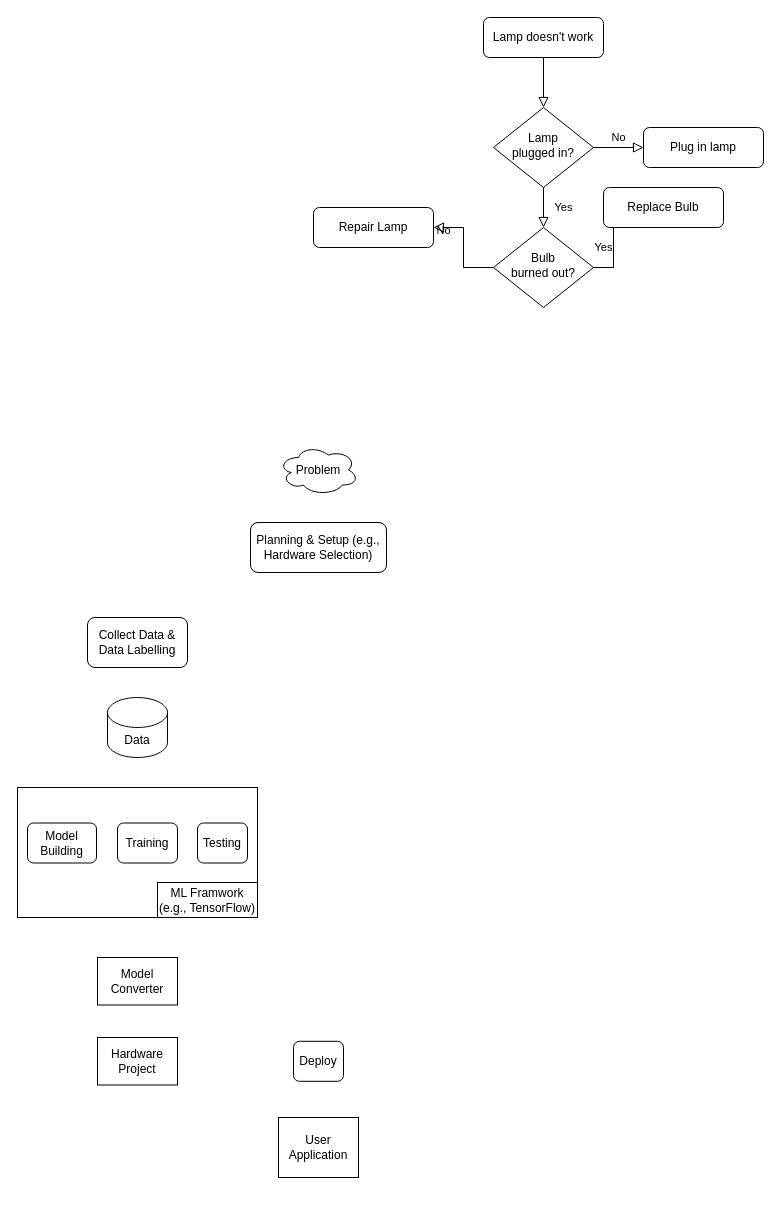
Before: ISWC_Workflow.drawio in Haoyu-R/appendix, a draw.io diagram. Source tidied: cells renumbered, new cells numbered last; positions are measured from the earlier drawing's top-left corner, leaving out a move shared by most shapes. Both pictures are drawn from the tidied source at 100%, with x=0, y=0 at pixel (17, 17). Pictures stored in the file or linked from it are replaced by grey dashed boxes.
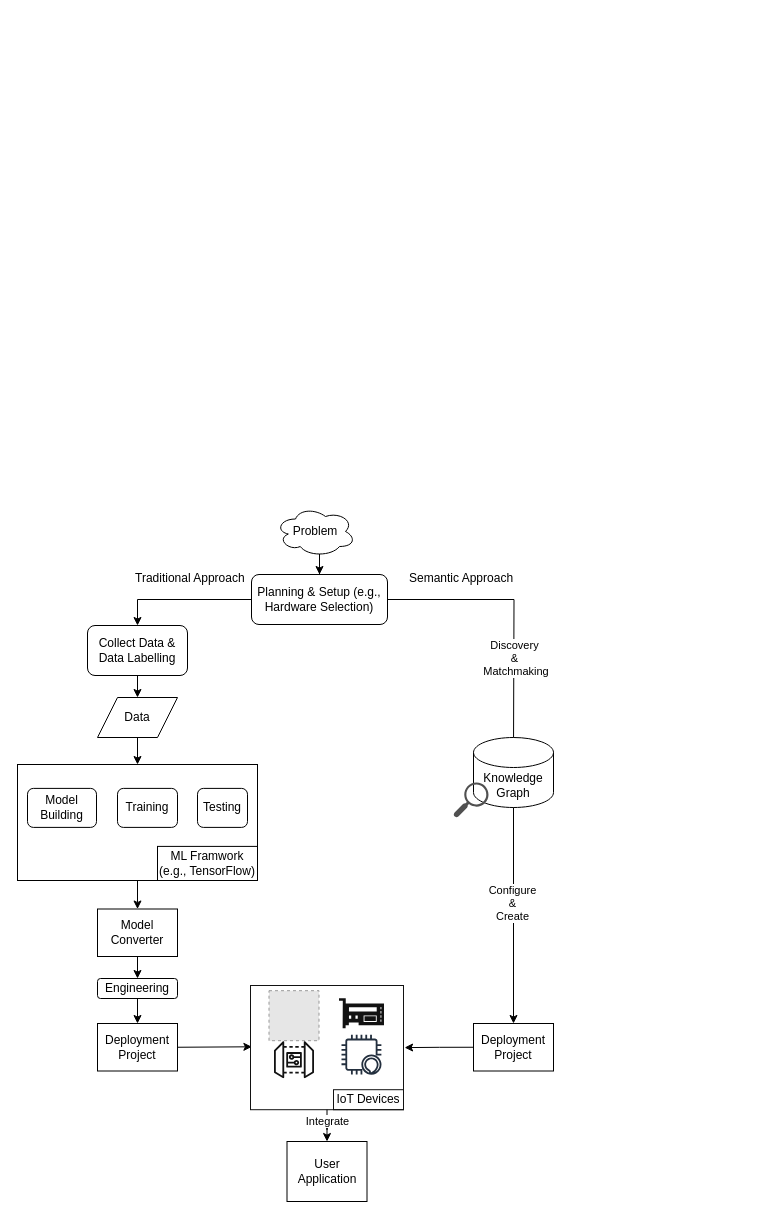
After the change.

Diff of the diagram source:
```diff
@@
-    <mxCell id="2" style="rounded=0;html=1;jettySize=auto;fontSize=11;endArrow=block;endFill=0;endSize=8;strokeWidth=1;shadow=0;labelBackgroundColor=none;edgeStyle=orthogonalEdgeStyle;" parent="1" edge="1" source="3" target="6">
-      <mxGeometry relative="1" as="geometry" />
-    </mxCell>
-    <mxCell id="3" value="Lamp doesn't work" style="rounded=1;whiteSpace=wrap;html=1;fontSize=12;glass=0;strokeWidth=1;shadow=0;" parent="1" vertex="1">
-      <mxGeometry x="466" width="120" height="40" as="geometry" />
-    </mxCell>
-    <mxCell id="4" value="Yes" style="rounded=0;html=1;jettySize=auto;fontSize=11;endArrow=block;endFill=0;endSize=8;strokeWidth=1;shadow=0;labelBackgroundColor=none;edgeStyle=orthogonalEdgeStyle;" parent="1" edge="1" source="6" target="10">
-      <mxGeometry y="20" relative="1" as="geometry" />
-    </mxCell>
-    <mxCell id="5" value="No" style="edgeStyle=orthogonalEdgeStyle;rounded=0;html=1;jettySize=auto;fontSize=11;endArrow=block;endFill=0;endSize=8;strokeWidth=1;shadow=0;labelBackgroundColor=none;" parent="1" edge="1" source="6" target="7">
-      <mxGeometry y="10" relative="1" as="geometry" />
-    </mxCell>
-    <mxCell id="6" value="Lamp&lt;br&gt;plugged in?" style="rhombus;whiteSpace=wrap;html=1;shadow=0;fontFamily=Helvetica;fontSize=12;align=center;strokeWidth=1;spacing=6;spacingTop=-4;" parent="1" vertex="1">
-      <mxGeometry x="476" y="90" width="100" height="80" as="geometry" />
-    </mxCell>
-    <mxCell id="7" value="Plug in lamp" style="rounded=1;whiteSpace=wrap;html=1;fontSize=12;glass=0;strokeWidth=1;shadow=0;" parent="1" vertex="1">
-      <mxGeometry x="626" y="110" width="120" height="40" as="geometry" />
-    </mxCell>
-    <mxCell id="8" value="No" style="rounded=0;html=1;jettySize=auto;fontSize=11;endArrow=block;endFill=0;endSize=8;strokeWidth=1;shadow=0;labelBackgroundColor=none;edgeStyle=orthogonalEdgeStyle;" parent="1" edge="1" source="10" target="11">
-      <mxGeometry x="0.33" y="20" relative="1" as="geometry" />
-    </mxCell>
-    <mxCell id="9" value="Yes" style="edgeStyle=orthogonalEdgeStyle;rounded=0;html=1;jettySize=auto;fontSize=11;endArrow=block;endFill=0;endSize=8;strokeWidth=1;shadow=0;labelBackgroundColor=none;" parent="1" edge="1" source="10" target="12">
-      <mxGeometry y="10" relative="1" as="geometry" />
-    </mxCell>
-    <mxCell id="10" value="Bulb&lt;br&gt;burned out?" style="rhombus;whiteSpace=wrap;html=1;shadow=0;fontFamily=Helvetica;fontSize=12;align=center;strokeWidth=1;spacing=6;spacingTop=-4;" parent="1" vertex="1">
-      <mxGeometry x="476" y="210" width="100" height="80" as="geometry" />
-    </mxCell>
-    <mxCell id="11" value="Repair Lamp" style="rounded=1;whiteSpace=wrap;html=1;fontSize=12;glass=0;strokeWidth=1;shadow=0;" parent="1" vertex="1">
-      <mxGeometry x="296" y="190" width="120" height="40" as="geometry" />
-    </mxCell>
-    <mxCell id="12" value="Replace Bulb" style="rounded=1;whiteSpace=wrap;html=1;fontSize=12;glass=0;strokeWidth=1;shadow=0;" parent="1" vertex="1">
-      <mxGeometry x="586" y="170" width="120" height="40" as="geometry" />
-    </mxCell>
+    <mxCell id="27" style="edgeStyle=orthogonalEdgeStyle;rounded=0;jettySize=auto;html=1;exitX=0.55;exitY=0.95;exitDx=0;exitDy=0;exitPerimeter=0;" parent="1" edge="1" source="13" target="14">
+      <mxGeometry relative="1" as="geometry" />
+    </mxCell>
     <mxCell id="13" value="Problem" style="ellipse;shape=cloud;whiteSpace=wrap;html=1;" parent="1" vertex="1">
-      <mxGeometry x="261" y="427.5" width="80" height="50" as="geometry" />
+      <mxGeometry x="258" y="489" width="80" height="50" as="geometry" />
     </mxCell>
+    <mxCell id="28" style="edgeStyle=orthogonalEdgeStyle;rounded=0;jettySize=auto;html=1;exitX=0;exitY=0.5;exitDx=0;exitDy=0;" parent="1" edge="1" source="14" target="15">
+      <mxGeometry relative="1" as="geometry" />
+    </mxCell>
+    <mxCell id="29" style="edgeStyle=orthogonalEdgeStyle;rounded=0;jettySize=auto;html=1;exitX=1;exitY=0.5;exitDx=0;exitDy=0;" parent="1" edge="1" source="14">
+      <mxGeometry relative="1" as="geometry">
+        <mxPoint x="496" y="736" as="targetPoint" />
+      </mxGeometry>
+    </mxCell>
+    <mxCell id="30" value="&lt;div&gt;Discovery &lt;br&gt;&lt;/div&gt;&lt;div&gt;&amp;amp;&lt;/div&gt;&lt;div&gt;&amp;nbsp;Matchmaking&lt;/div&gt;" style="edgeLabel;html=1;align=center;verticalAlign=middle;" parent="29" vertex="1">
+      <mxGeometry x="0.29" y="-2" relative="1" as="geometry">
+        <mxPoint x="2" y="4" as="offset" />
+      </mxGeometry>
+    </mxCell>
     <mxCell id="14" value="Planning &amp;amp; Setup (e.g., Hardware Selection)" style="rounded=1;whiteSpace=wrap;html=1;fontSize=12;glass=0;strokeWidth=1;shadow=0;" parent="1" vertex="1">
-      <mxGeometry x="233" y="505" width="136" height="50" as="geometry" />
+      <mxGeometry x="234" y="557" width="136" height="50" as="geometry" />
     </mxCell>
+    <mxCell id="31" style="edgeStyle=orthogonalEdgeStyle;rounded=0;jettySize=auto;html=1;exitX=0.5;exitY=1;exitDx=0;exitDy=0;" parent="1" edge="1" source="15" target="35">
+      <mxGeometry relative="1" as="geometry" />
+    </mxCell>
     <mxCell id="15" value="Collect Data &amp;amp; Data Labelling" style="rounded=1;whiteSpace=wrap;html=1;fontSize=12;glass=0;strokeWidth=1;shadow=0;" parent="1" vertex="1">
-      <mxGeometry x="70" y="600" width="100" height="50" as="geometry" />
+      <mxGeometry x="70" y="608" width="100" height="50" as="geometry" />
     </mxCell>
+    <mxCell id="32" style="edgeStyle=orthogonalEdgeStyle;rounded=0;jettySize=auto;html=1;exitX=0.5;exitY=1;exitDx=0;exitDy=0;" parent="1" edge="1" source="17" target="53">
+      <mxGeometry relative="1" as="geometry" />
+    </mxCell>
+    <mxCell id="17" value="Model Converter" style="rounded=0;whiteSpace=wrap;html=1;" parent="1" vertex="1">
+      <mxGeometry x="80" y="891.5" width="80" height="47.5" as="geometry" />
+    </mxCell>
+    <mxCell id="33" style="edgeStyle=orthogonalEdgeStyle;rounded=0;jettySize=auto;html=1;exitX=1;exitY=0.5;exitDx=0;exitDy=0;entryX=0.009;entryY=0.538;entryDx=0;entryDy=0;entryPerimeter=0;" parent="1" edge="1" source="19">
+      <mxGeometry relative="1" as="geometry">
+        <mxPoint x="234.4" y="1029.3" as="targetPoint" />
+      </mxGeometry>
+    </mxCell>
+    <mxCell id="19" value="Deployment Project " style="rounded=0;whiteSpace=wrap;html=1;" parent="1" vertex="1">
+      <mxGeometry x="80" y="1006" width="80" height="47.5" as="geometry" />
+    </mxCell>
+    <mxCell id="34" style="edgeStyle=orthogonalEdgeStyle;rounded=0;jettySize=auto;html=1;exitX=0.5;exitY=1;exitDx=0;exitDy=0;" parent="1" edge="1" source="35" target="26">
+      <mxGeometry relative="1" as="geometry" />
+    </mxCell>
+    <mxCell id="35" value="Data" style="shape=parallelogram;perimeter=parallelogramPerimeter;whiteSpace=wrap;html=1;fixedSize=1;fillColor=none;" parent="1" vertex="1">
+      <mxGeometry x="80" y="680" width="80" height="40" as="geometry" />
+    </mxCell>
+    <mxCell id="20" value="User Application" style="rounded=0;whiteSpace=wrap;html=1;" parent="1" vertex="1">
+      <mxGeometry x="269.5" y="1124" width="80" height="60" as="geometry" />
+    </mxCell>
+    <mxCell id="36" style="edgeStyle=orthogonalEdgeStyle;rounded=0;jettySize=auto;html=1;exitX=0;exitY=0.5;exitDx=0;exitDy=0;entryX=1.007;entryY=0.544;entryDx=0;entryDy=0;entryPerimeter=0;" parent="1" edge="1" source="37">
+      <mxGeometry relative="1" as="geometry">
+        <mxPoint x="387.1" y="1030.1" as="targetPoint" />
+      </mxGeometry>
+    </mxCell>
+    <mxCell id="37" value="Deployment Project " style="rounded=0;whiteSpace=wrap;html=1;" parent="1" vertex="1">
+      <mxGeometry x="456" y="1006" width="80" height="47.5" as="geometry" />
+    </mxCell>
+    <mxCell id="38" style="group;" parent="1" vertex="1">
+      <mxGeometry x="436" y="720" width="100" height="80" as="geometry" />
+    </mxCell>
-    <mxCell id="16" value="Data" style="shape=cylinder3;whiteSpace=wrap;html=1;boundedLbl=1;backgroundOutline=1;size=15;" parent="1" vertex="1">
-      <mxGeometry x="90" y="680" width="60" height="60" as="geometry" />
+    <mxCell id="16" value="Knowledge Graph" style="shape=cylinder3;whiteSpace=wrap;html=1;boundedLbl=1;backgroundOutline=1;size=15;" parent="38" vertex="1">
+      <mxGeometry x="20" width="80" height="70" as="geometry" />
     </mxCell>
-    <mxCell id="17" value="Model Converter" style="rounded=0;whiteSpace=wrap;html=1;" parent="1" vertex="1">
-      <mxGeometry x="80" y="940" width="80" height="47.5" as="geometry" />
-    </mxCell>
-    <mxCell id="18" value="Deploy" style="rounded=1;whiteSpace=wrap;html=1;fontSize=12;glass=0;strokeWidth=1;shadow=0;" parent="1" vertex="1">
-      <mxGeometry x="276" y="1023.8" width="50" height="40" as="geometry" />
-    </mxCell>
-    <mxCell id="19" value="Hardware Project " style="rounded=0;whiteSpace=wrap;html=1;" parent="1" vertex="1">
-      <mxGeometry x="80" y="1020" width="80" height="47.5" as="geometry" />
-    </mxCell>
-    <mxCell id="20" value="User Application" style="rounded=0;whiteSpace=wrap;html=1;" parent="1" vertex="1">
-      <mxGeometry x="261" y="1100" width="80" height="60" as="geometry" />
-    </mxCell>
-    <mxCell id="21" style="group;" parent="1" vertex="1">
-      <mxGeometry y="770" width="240" height="130" as="geometry" />
-    </mxCell>
+    <mxCell id="39" style="sketch=0;shadow=0;dashed=0;html=1;strokeColor=none;fillColor=#505050;labelPosition=center;verticalLabelPosition=bottom;verticalAlign=top;align=center;shape=mxgraph.office.concepts.search;" parent="38" vertex="1">
+      <mxGeometry y="45" width="35" height="35" as="geometry" />
+    </mxCell>
+    <mxCell id="40" style="edgeStyle=orthogonalEdgeStyle;rounded=0;jettySize=auto;html=1;exitX=0.5;exitY=1;exitDx=0;exitDy=0;entryX=0.5;entryY=0;entryDx=0;entryDy=0;" parent="1" edge="1" source="26" target="17">
+      <mxGeometry relative="1" as="geometry" />
+    </mxCell>
+    <mxCell id="41" style="edgeStyle=orthogonalEdgeStyle;rounded=0;jettySize=auto;html=1;exitX=0.5;exitY=1;exitDx=0;exitDy=0;exitPerimeter=0;entryX=0.5;entryY=0;entryDx=0;entryDy=0;" parent="1" edge="1" source="16" target="37">
+      <mxGeometry relative="1" as="geometry" />
+    </mxCell>
+    <mxCell id="42" value="&lt;div&gt;Configure &lt;br&gt;&lt;/div&gt;&lt;div&gt;&amp;amp;&lt;/div&gt;&lt;div&gt;Create&lt;br&gt;&lt;/div&gt;" style="edgeLabel;html=1;align=center;verticalAlign=middle;" parent="41" vertex="1">
+      <mxGeometry x="-0.12" y="-2" relative="1" as="geometry" />
+    </mxCell>
+    <mxCell id="43" style="group;" parent="1" vertex="1">
+      <mxGeometry x="233" y="967" width="153" height="136.2" as="geometry" />
+    </mxCell>
+    <mxCell id="44" style="group;" parent="43" vertex="1">
+      <mxGeometry y="1" width="153" height="124.2" as="geometry" />
+    </mxCell>
+    <mxCell id="45" style="sketch=0;fontColor=#232F3E;gradientColor=none;strokeColor=#232F3E;fillColor=#ffffff;dashed=0;verticalLabelPosition=bottom;verticalAlign=top;align=center;html=1;fontSize=12;fontStyle=0;shape=mxgraph.aws4.resourceIcon;resIcon=mxgraph.aws4.alexa_enabled_device;" parent="44" vertex="1">
+      <mxGeometry x="86" y="44.2" width="50" height="50" as="geometry" />
+    </mxCell>
+    <mxCell id="46" style="sketch=0;shadow=0;dashed=0;html=1;strokeColor=none;fillColor=#121212;labelPosition=center;verticalLabelPosition=bottom;verticalAlign=top;align=center;shape=mxgraph.veeam2.hardware_controller;" parent="44" vertex="1">
+      <mxGeometry x="88.5" y="12.8" width="45" height="30" as="geometry" />
+    </mxCell>
+    <mxCell id="47" style="fillColor=#E6E6E6;strokeColor=#999999;dashed=1;html=1;verticalAlign=top;verticalLabelPosition=bottom;labelBackgroundColor=#ffffff;" parent="44" vertex="1">
+      <mxGeometry x="18.5" y="5.2" width="50" height="50" as="geometry" />
+    </mxCell>
+    <mxCell id="48" style="sketch=0;fontColor=#232F3E;gradientColor=none;fillColor=#121212;strokeColor=#121212;dashed=0;verticalLabelPosition=bottom;verticalAlign=top;align=center;html=1;fontSize=12;fontStyle=0;shape=mxgraph.aws4.iot_device_gateway;" parent="44" vertex="1">
+      <mxGeometry x="23.5" y="54.2" width="40" height="40" as="geometry" />
+    </mxCell>
+    <mxCell id="49" style="rounded=0;whiteSpace=wrap;html=1;strokeColor=#121212;fillColor=none;" parent="44" vertex="1">
+      <mxGeometry width="153" height="124.2" as="geometry" />
+    </mxCell>
+    <mxCell id="50" value="IoT Devices" style="rounded=0;whiteSpace=wrap;html=1;strokeColor=#121212;fillColor=none;" parent="44" vertex="1">
+      <mxGeometry x="83" y="104.2" width="70" height="20" as="geometry" />
+    </mxCell>
+    <mxCell id="51" style="group;" parent="1" vertex="1">
+      <mxGeometry y="747" width="240" height="116" as="geometry" />
+    </mxCell>
-    <mxCell id="22" value="Model Building" style="rounded=1;whiteSpace=wrap;html=1;fontSize=12;glass=0;strokeWidth=1;shadow=0;" parent="21" vertex="1">
-      <mxGeometry x="10" y="35.5" width="69" height="40" as="geometry" />
+    <mxCell id="22" value="Model Building" style="rounded=1;whiteSpace=wrap;html=1;fontSize=12;glass=0;strokeWidth=1;shadow=0;" parent="51" vertex="1">
+      <mxGeometry x="10" y="23.9" width="69" height="39" as="geometry" />
     </mxCell>
-    <mxCell id="23" value="Training" style="rounded=1;whiteSpace=wrap;html=1;fontSize=12;glass=0;strokeWidth=1;shadow=0;" parent="21" vertex="1">
-      <mxGeometry x="100" y="35.5" width="60" height="40" as="geometry" />
+    <mxCell id="23" value="Training" style="rounded=1;whiteSpace=wrap;html=1;fontSize=12;glass=0;strokeWidth=1;shadow=0;" parent="51" vertex="1">
+      <mxGeometry x="100" y="23.9" width="60" height="39" as="geometry" />
     </mxCell>
-    <mxCell id="24" value="Testing" style="rounded=1;whiteSpace=wrap;html=1;fontSize=12;glass=0;strokeWidth=1;shadow=0;" parent="21" vertex="1">
-      <mxGeometry x="180" y="35.5" width="50" height="40" as="geometry" />
+    <mxCell id="24" value="Testing" style="rounded=1;whiteSpace=wrap;html=1;fontSize=12;glass=0;strokeWidth=1;shadow=0;" parent="51" vertex="1">
+      <mxGeometry x="180" y="23.9" width="50" height="39" as="geometry" />
     </mxCell>
-    <mxCell id="25" value="ML Framwork (e.g., TensorFlow)" style="rounded=0;whiteSpace=wrap;html=1;" parent="21" vertex="1">
-      <mxGeometry x="140" y="95" width="100" height="35" as="geometry" />
+    <mxCell id="25" value="ML Framwork (e.g., TensorFlow)" style="rounded=0;whiteSpace=wrap;html=1;" parent="51" vertex="1">
+      <mxGeometry x="140" y="81.9" width="100" height="34.1" as="geometry" />
     </mxCell>
-    <mxCell id="26" style="rounded=0;whiteSpace=wrap;html=1;fillColor=none;" parent="21" vertex="1">
-      <mxGeometry width="240" height="130" as="geometry" />
+    <mxCell id="26" style="rounded=0;whiteSpace=wrap;html=1;fillColor=none;" parent="51" vertex="1">
+      <mxGeometry width="240" height="116" as="geometry" />
     </mxCell>
+    <mxCell id="52" style="edgeStyle=orthogonalEdgeStyle;rounded=0;jettySize=auto;html=1;exitX=0.5;exitY=1;exitDx=0;exitDy=0;entryX=0.5;entryY=0;entryDx=0;entryDy=0;" parent="1" edge="1" source="53" target="19">
+      <mxGeometry relative="1" as="geometry" />
+    </mxCell>
+    <mxCell id="53" value="Engineering" style="rounded=1;whiteSpace=wrap;html=1;fontSize=12;glass=0;strokeWidth=1;shadow=0;" parent="1" vertex="1">
+      <mxGeometry x="80" y="961" width="80" height="20" as="geometry" />
+    </mxCell>
+    <mxCell id="54" value="Traditional Approach" style="text;whiteSpace=wrap;html=1;" parent="1" vertex="1">
+      <mxGeometry x="116" y="547" width="116" height="30" as="geometry" />
+    </mxCell>
+    <mxCell id="55" value="Semantic Approach" style="text;whiteSpace=wrap;html=1;" parent="1" vertex="1">
+      <mxGeometry x="390" y="547" width="110" height="30" as="geometry" />
+    </mxCell>
+    <mxCell id="56" style="edgeStyle=orthogonalEdgeStyle;rounded=0;jettySize=auto;html=1;exitX=0.5;exitY=1;exitDx=0;exitDy=0;" parent="1" edge="1" source="49" target="20">
+      <mxGeometry relative="1" as="geometry" />
+    </mxCell>
+    <mxCell id="57" value="Integrate" style="edgeLabel;html=1;align=center;verticalAlign=middle;" parent="56" vertex="1">
+      <mxGeometry x="0.18" relative="1" as="geometry" />
+    </mxCell>
```
